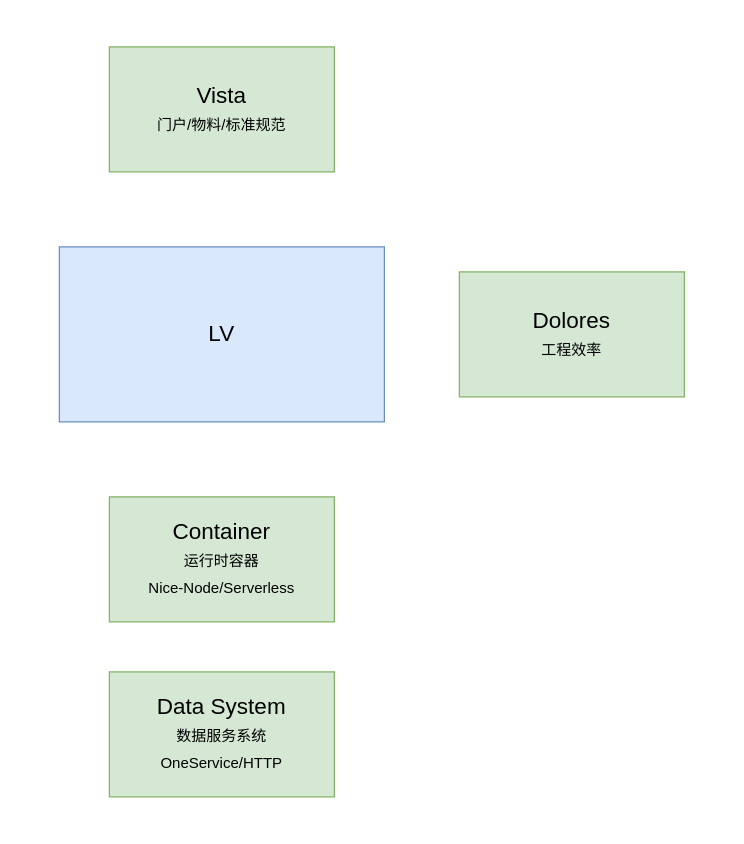
zzuwzj/draw keeps this draw.io diagram as page "LV-Arch-C1" (1 of 2) of LV-Arch.drawio. Above is the earlier version. Source tidied: cells renumbered, new cells numbered last; positions are measured from the earlier drawing's top-left corner, leaving out a move shared by most shapes. Both pictures are drawn from the tidied source at 125%, with x=0, y=0 at pixel (59, 46).
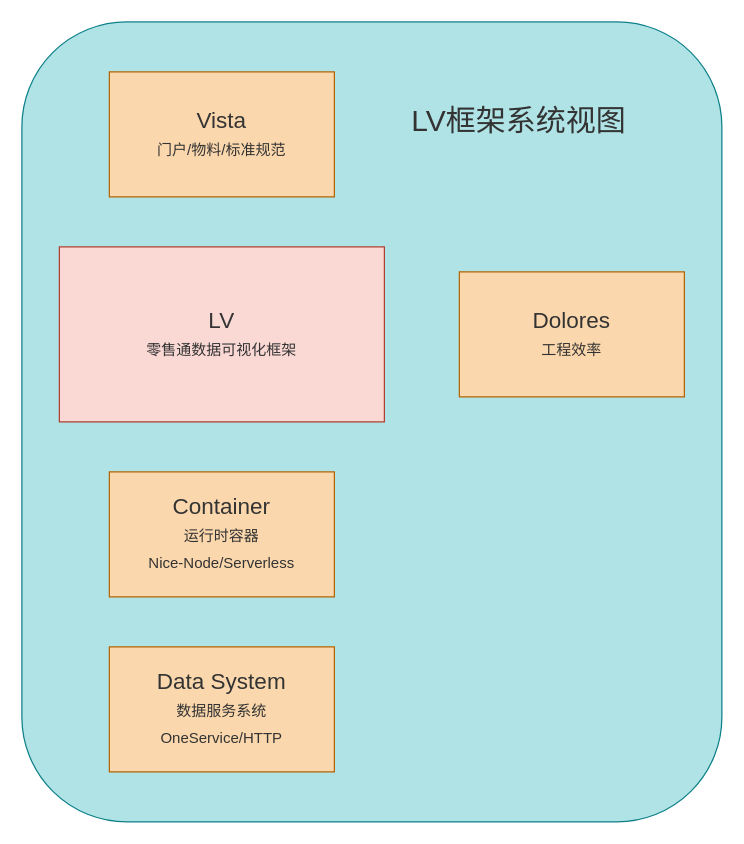
Above is the later version.

The edit, as a diff of the source:
```diff
@@
 <mxGraphModel>
   <root>
     <mxCell id="0" />
     <mxCell id="1" parent="0" />
+    <mxCell id="7" style="rounded=1;whiteSpace=wrap;html=1;fontSize=20;fillColor=#b0e3e6;strokeColor=#0e8088;fontColor=#333333;" parent="1" vertex="1">
+      <mxGeometry x="-30" y="-20" width="560" height="640" as="geometry" />
+    </mxCell>
-    <mxCell id="2" value="LV" style="rounded=0;whiteSpace=wrap;html=1;fontSize=18;fillColor=#dae8fc;strokeColor=#6c8ebf;" parent="1" vertex="1">
+    <mxCell id="2" value="LV&lt;br&gt;&lt;font style=&quot;font-size: 12px&quot;&gt;零售通数据可视化框架&lt;/font&gt;" style="rounded=0;whiteSpace=wrap;html=1;fontSize=18;fillColor=#fad9d5;strokeColor=#ae4132;fontColor=#333333;" parent="1" vertex="1">
       <mxGeometry y="160" width="260" height="140" as="geometry" />
     </mxCell>
-    <mxCell id="3" value="Dolores&lt;br&gt;&lt;font style=&quot;font-size: 12px&quot;&gt;工程效率&lt;/font&gt;" style="rounded=0;whiteSpace=wrap;html=1;fontSize=18;fillColor=#d5e8d4;strokeColor=#82b366;" parent="1" vertex="1">
+    <mxCell id="3" value="Dolores&lt;br&gt;&lt;font style=&quot;font-size: 12px&quot;&gt;工程效率&lt;/font&gt;" style="rounded=0;whiteSpace=wrap;html=1;fontSize=18;fillColor=#fad7ac;strokeColor=#b46504;fontColor=#333333;" parent="1" vertex="1">
       <mxGeometry x="320" y="180" width="180" height="100" as="geometry" />
     </mxCell>
-    <mxCell id="4" value="Container&lt;br&gt;&lt;font style=&quot;font-size: 12px&quot;&gt;运行时容器&lt;br&gt;Nice-Node/Serverless&lt;/font&gt;" style="rounded=0;whiteSpace=wrap;html=1;fontSize=18;fillColor=#d5e8d4;strokeColor=#82b366;" parent="1" vertex="1">
-      <mxGeometry x="40" y="360" width="180" height="100" as="geometry" />
+    <mxCell id="4" value="Container&lt;br&gt;&lt;font style=&quot;font-size: 12px&quot;&gt;运行时容器&lt;br&gt;Nice-Node/Serverless&lt;/font&gt;" style="rounded=0;whiteSpace=wrap;html=1;fontSize=18;fillColor=#fad7ac;strokeColor=#b46504;fontColor=#333333;" parent="1" vertex="1">
+      <mxGeometry x="40" y="340" width="180" height="100" as="geometry" />
     </mxCell>
-    <mxCell id="5" value="Data System&lt;br&gt;&lt;font style=&quot;font-size: 12px&quot;&gt;数据服务系统&lt;br&gt;OneService/HTTP&lt;/font&gt;" style="rounded=0;whiteSpace=wrap;html=1;fontSize=18;fillColor=#d5e8d4;strokeColor=#82b366;" parent="1" vertex="1">
-      <mxGeometry x="40" y="500" width="180" height="100" as="geometry" />
+    <mxCell id="5" value="Data System&lt;br&gt;&lt;font style=&quot;font-size: 12px&quot;&gt;数据服务系统&lt;br&gt;OneService/HTTP&lt;/font&gt;" style="rounded=0;whiteSpace=wrap;html=1;fontSize=18;fillColor=#fad7ac;strokeColor=#b46504;fontColor=#333333;" parent="1" vertex="1">
+      <mxGeometry x="40" y="480" width="180" height="100" as="geometry" />
     </mxCell>
-    <mxCell id="6" value="Vista&lt;br&gt;&lt;font style=&quot;font-size: 12px&quot;&gt;门户/物料/标准规范&lt;/font&gt;" style="rounded=0;whiteSpace=wrap;html=1;fontSize=18;fillColor=#d5e8d4;strokeColor=#82b366;" parent="1" vertex="1">
-      <mxGeometry x="40" width="180" height="100" as="geometry" />
+    <mxCell id="6" value="Vista&lt;br&gt;&lt;font style=&quot;font-size: 12px&quot;&gt;门户/物料/标准规范&lt;/font&gt;" style="rounded=0;whiteSpace=wrap;html=1;fontSize=18;fillColor=#fad7ac;strokeColor=#b46504;fontColor=#333333;" parent="1" vertex="1">
+      <mxGeometry x="40" y="20" width="180" height="100" as="geometry" />
     </mxCell>
+    <mxCell id="8" value="LV框架系统视图" style="text;html=1;strokeColor=none;fillColor=none;align=left;verticalAlign=middle;whiteSpace=wrap;rounded=0;fontSize=24;fontColor=#333333;" parent="1" vertex="1">
+      <mxGeometry x="280" y="50" width="180" height="20" as="geometry" />
+    </mxCell>
   </root>
 </mxGraphModel>
```
